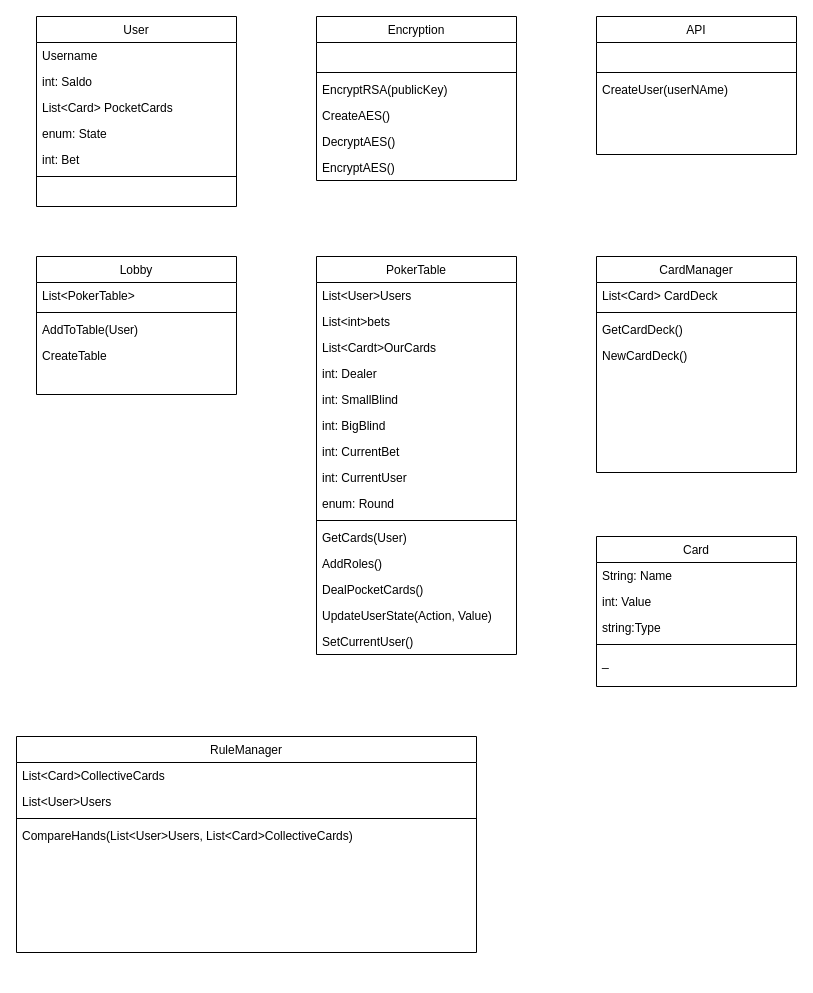
The draw.io diagram Dokumentation/Klasse Diagram.drawio in AndreasBollNielsen/PinkLadiesPoker_GameEngine, before the edit. Source tidied: cells renumbered, new cells numbered last; positions are measured from the earlier drawing's top-left corner, leaving out a move shared by most shapes. Both pictures are drawn from the tidied source at 100%, with x=0, y=0 at pixel (16, 16).
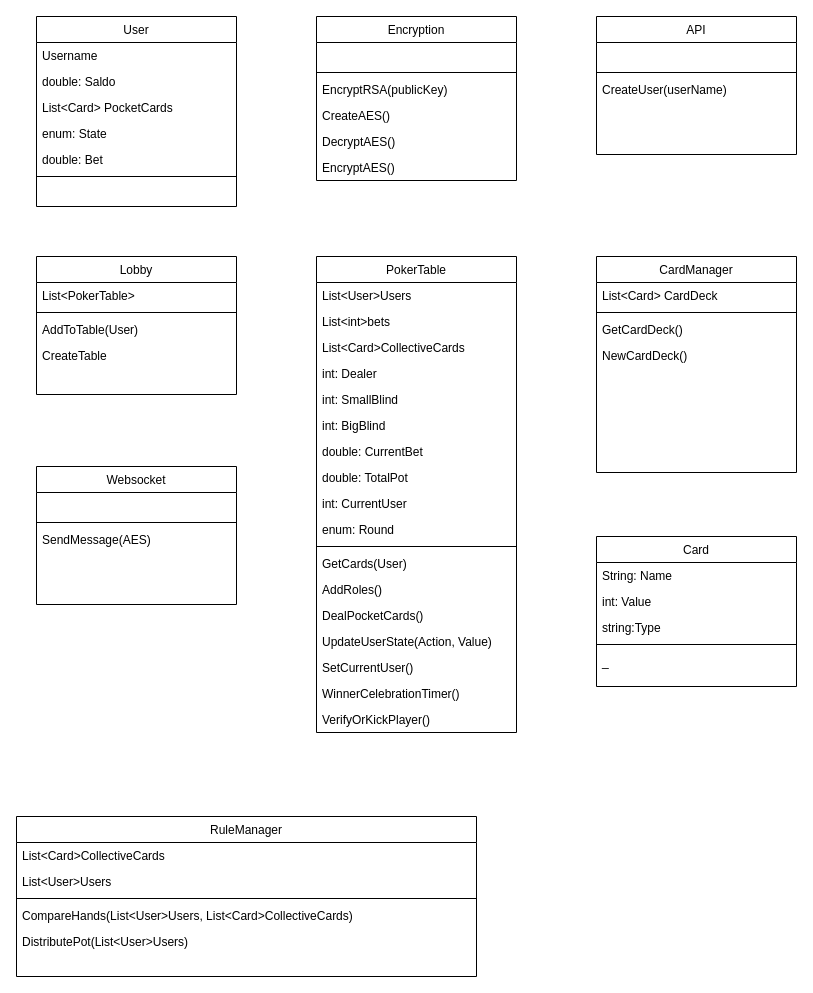
The same diagram, later.

Commit message (it also covers changes not shown here):
Updated Class diagram

The change refers to these unchanged cells:
```xml
<mxCell id="25" value="API" style="swimlane;fontStyle=0;align=center;verticalAlign=top;horizontal=1;startSize=26;rounded=0;shadow=0;strokeWidth=1;" parent="1" vertex="1">
  <mxGeometry x="580" width="200" height="138" as="geometry" />
</mxCell>
<mxCell id="50" value="User" style="swimlane;fontStyle=0;align=center;verticalAlign=top;horizontal=1;startSize=26;rounded=0;shadow=0;strokeWidth=1;" parent="1" vertex="1">
  <mxGeometry x="20" width="200" height="190" as="geometry" />
</mxCell>
```

Diff of the diagram source:
```diff
@@
-    <mxCell id="28" value="CreateUser(userNAme)" style="text;align=left;verticalAlign=top;spacingLeft=4;spacingRight=4;overflow=hidden;" parent="25" vertex="1">
+    <mxCell id="28" value="CreateUser(userName)" style="text;align=left;verticalAlign=top;spacingLeft=4;spacingRight=4;overflow=hidden;" parent="25" vertex="1">
       <mxGeometry y="60" width="200" height="26" as="geometry" />
     </mxCell>
     <mxCell id="29" value="PokerTable" style="swimlane;fontStyle=0;align=center;verticalAlign=top;horizontal=1;startSize=26;rounded=0;shadow=0;strokeWidth=1;" parent="1" vertex="1">
-      <mxGeometry x="300" y="240" width="200" height="398" as="geometry" />
+      <mxGeometry x="300" y="240" width="200" height="476" as="geometry" />
     </mxCell>
@@
-    <mxCell id="32" value="List&lt;Cardt&gt;OurCards" style="text;align=left;verticalAlign=top;spacingLeft=4;spacingRight=4;overflow=hidden;" parent="29" vertex="1">
+    <mxCell id="32" value="List&lt;Card&gt;CollectiveCards" style="text;align=left;verticalAlign=top;spacingLeft=4;spacingRight=4;overflow=hidden;" parent="29" vertex="1">
       <mxGeometry y="78" width="200" height="26" as="geometry" />
     </mxCell>
@@
-    <mxCell id="36" value="int: CurrentBet" style="text;align=left;verticalAlign=top;spacingLeft=4;spacingRight=4;overflow=hidden;" parent="29" vertex="1">
+    <mxCell id="36" value="double: CurrentBet" style="text;align=left;verticalAlign=top;spacingLeft=4;spacingRight=4;overflow=hidden;" parent="29" vertex="1">
       <mxGeometry y="182" width="200" height="26" as="geometry" />
     </mxCell>
+    <mxCell id="58" value="double: TotalPot" style="text;align=left;verticalAlign=top;spacingLeft=4;spacingRight=4;overflow=hidden;" parent="29" vertex="1">
+      <mxGeometry y="208" width="200" height="26" as="geometry" />
+    </mxCell>
     <mxCell id="37" value="int: CurrentUser" style="text;align=left;verticalAlign=top;spacingLeft=4;spacingRight=4;overflow=hidden;" parent="29" vertex="1">
-      <mxGeometry y="208" width="200" height="26" as="geometry" />
+      <mxGeometry y="234" width="200" height="26" as="geometry" />
     </mxCell>
     <mxCell id="38" value="enum: Round" style="text;align=left;verticalAlign=top;spacingLeft=4;spacingRight=4;overflow=hidden;" parent="29" vertex="1">
-      <mxGeometry y="234" width="200" height="26" as="geometry" />
+      <mxGeometry y="260" width="200" height="26" as="geometry" />
     </mxCell>
     <mxCell id="39" style="line;html=1;strokeWidth=1;align=left;verticalAlign=middle;spacingTop=-1;spacingLeft=3;spacingRight=3;labelPosition=right;" parent="29" vertex="1">
-      <mxGeometry y="260" width="200" height="8" as="geometry" />
+      <mxGeometry y="286" width="200" height="8" as="geometry" />
     </mxCell>
     <mxCell id="40" value="GetCards(User)" style="text;align=left;verticalAlign=top;spacingLeft=4;spacingRight=4;overflow=hidden;" parent="29" vertex="1">
-      <mxGeometry y="268" width="200" height="26" as="geometry" />
+      <mxGeometry y="294" width="200" height="26" as="geometry" />
     </mxCell>
     <mxCell id="41" value="AddRoles()" style="text;align=left;verticalAlign=top;spacingLeft=4;spacingRight=4;overflow=hidden;" parent="29" vertex="1">
-      <mxGeometry y="294" width="200" height="26" as="geometry" />
+      <mxGeometry y="320" width="200" height="26" as="geometry" />
     </mxCell>
     <mxCell id="42" value="DealPocketCards()" style="text;align=left;verticalAlign=top;spacingLeft=4;spacingRight=4;overflow=hidden;" parent="29" vertex="1">
-      <mxGeometry y="320" width="200" height="26" as="geometry" />
+      <mxGeometry y="346" width="200" height="26" as="geometry" />
     </mxCell>
     <mxCell id="43" value="UpdateUserState(Action, Value)" style="text;align=left;verticalAlign=top;spacingLeft=4;spacingRight=4;overflow=hidden;" parent="29" vertex="1">
-      <mxGeometry y="346" width="200" height="26" as="geometry" />
+      <mxGeometry y="372" width="200" height="26" as="geometry" />
     </mxCell>
     <mxCell id="44" value="SetCurrentUser()" style="text;align=left;verticalAlign=top;spacingLeft=4;spacingRight=4;overflow=hidden;" parent="29" vertex="1">
-      <mxGeometry y="372" width="200" height="26" as="geometry" />
+      <mxGeometry y="398" width="200" height="26" as="geometry" />
     </mxCell>
+    <mxCell id="59" value="WinnerCelebrationTimer()" style="text;align=left;verticalAlign=top;spacingLeft=4;spacingRight=4;overflow=hidden;" parent="29" vertex="1">
+      <mxGeometry y="424" width="200" height="26" as="geometry" />
+    </mxCell>
+    <mxCell id="60" value="VerifyOrKickPlayer()" style="text;align=left;verticalAlign=top;spacingLeft=4;spacingRight=4;overflow=hidden;" parent="29" vertex="1">
+      <mxGeometry y="450" width="200" height="26" as="geometry" />
+    </mxCell>
     <mxCell id="45" value="RuleManager" style="swimlane;fontStyle=0;align=center;verticalAlign=top;horizontal=1;startSize=26;rounded=0;shadow=0;strokeWidth=1;" parent="1" vertex="1">
-      <mxGeometry y="720" width="460" height="216" as="geometry" />
+      <mxGeometry y="800" width="460" height="160" as="geometry" />
     </mxCell>
@@
+    <mxCell id="61" value="DistributePot(List&lt;User&gt;Users)" style="text;align=left;verticalAlign=top;spacingLeft=4;spacingRight=4;overflow=hidden;" parent="45" vertex="1">
+      <mxGeometry y="112" width="460" height="26" as="geometry" />
+    </mxCell>
@@
-    <mxCell id="52" value="int: Saldo" style="text;align=left;verticalAlign=top;spacingLeft=4;spacingRight=4;overflow=hidden;" parent="50" vertex="1">
+    <mxCell id="52" value="double: Saldo" style="text;align=left;verticalAlign=top;spacingLeft=4;spacingRight=4;overflow=hidden;" parent="50" vertex="1">
       <mxGeometry y="52" width="200" height="26" as="geometry" />
     </mxCell>
@@
-    <mxCell id="55" value="int: Bet" style="text;align=left;verticalAlign=top;spacingLeft=4;spacingRight=4;overflow=hidden;" parent="50" vertex="1">
+    <mxCell id="55" value="double: Bet" style="text;align=left;verticalAlign=top;spacingLeft=4;spacingRight=4;overflow=hidden;" parent="50" vertex="1">
       <mxGeometry y="130" width="200" height="26" as="geometry" />
     </mxCell>
@@
+    <mxCell id="62" value="Websocket" style="swimlane;fontStyle=0;align=center;verticalAlign=top;horizontal=1;startSize=26;rounded=0;shadow=0;strokeWidth=1;" parent="1" vertex="1">
+      <mxGeometry x="20" y="450" width="200" height="138" as="geometry" />
+    </mxCell>
+    <mxCell id="63" value=" " style="text;align=left;verticalAlign=top;spacingLeft=4;spacingRight=4;overflow=hidden;" parent="62" vertex="1">
+      <mxGeometry y="26" width="200" height="26" as="geometry" />
+    </mxCell>
+    <mxCell id="64" style="line;html=1;strokeWidth=1;align=left;verticalAlign=middle;spacingTop=-1;spacingLeft=3;spacingRight=3;labelPosition=right;" parent="62" vertex="1">
+      <mxGeometry y="52" width="200" height="8" as="geometry" />
+    </mxCell>
+    <mxCell id="65" value="SendMessage(AES)" style="text;align=left;verticalAlign=top;spacingLeft=4;spacingRight=4;overflow=hidden;" parent="62" vertex="1">
+      <mxGeometry y="60" width="200" height="26" as="geometry" />
+    </mxCell>
```
